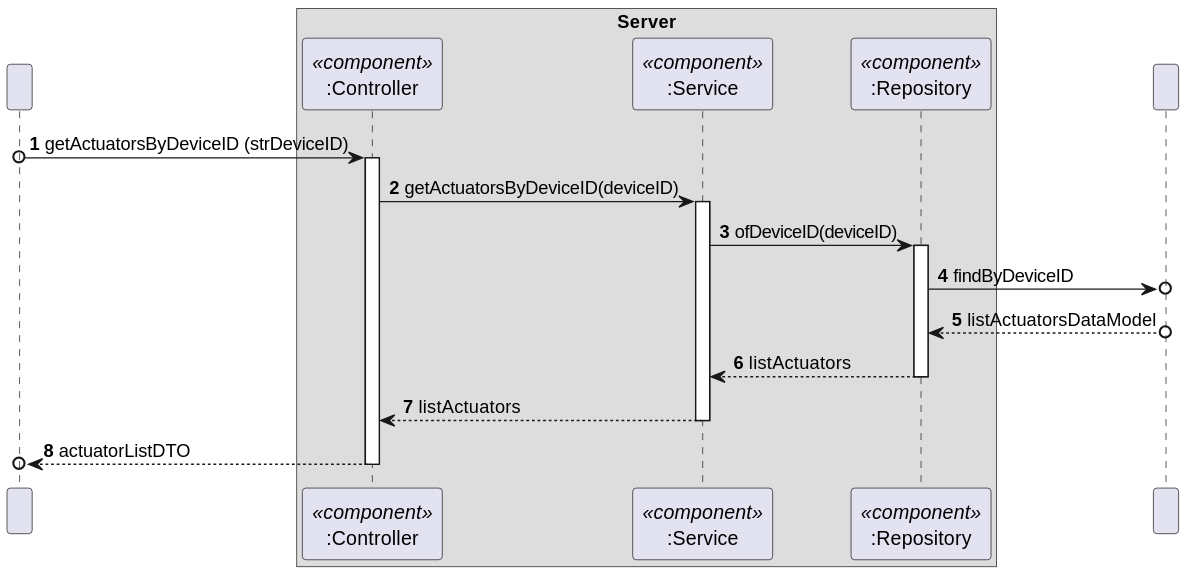
moutajDev/smarthome keeps this PlantUML diagram as docs/C4_4plus1_models/Level4/ProcessView/ProcessViewLevel4_UC15_v1.svg. Above is the earlier version.
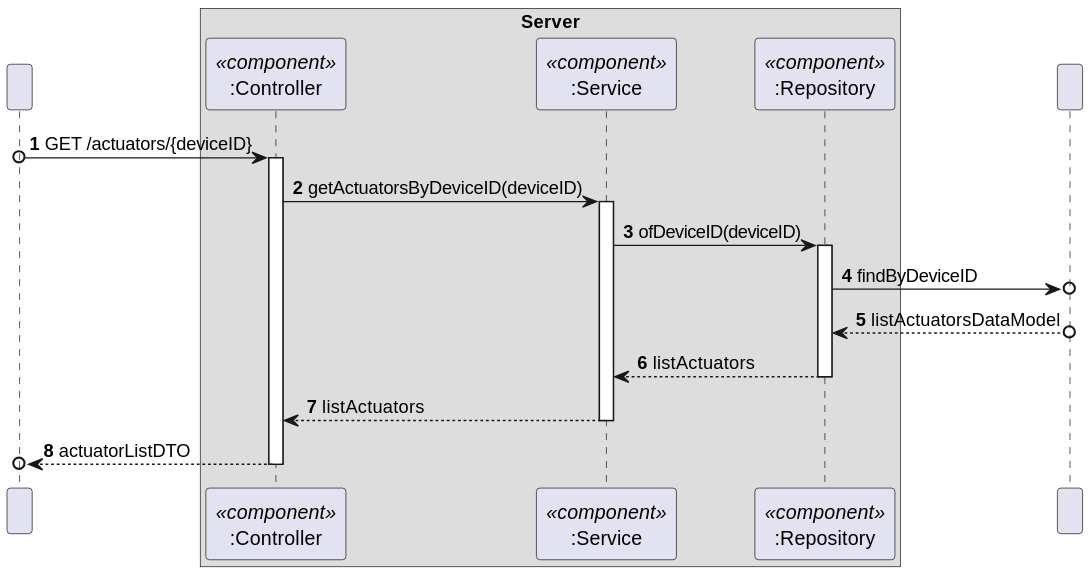
After the commit.

What changed in the source:
```diff
@@ -11,7 +11,7 @@
 end box
 participant DataBase as " "
 
-HTTP o-> Controller: getActuatorsByDeviceID (strDeviceID)
+HTTP o-> Controller: GET /actuators/{deviceID}
 activate Controller
 
 Controller -> Service : getActuatorsByDeviceID(deviceID)
```
